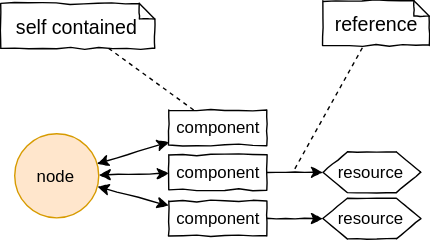
The draw.io diagram Documentation/Design/Component.svg in JirkaDellOro/FUDGE, before a commit. Source tidied: cells renumbered, new cells last; positions are measured from the earlier drawing's top-left corner, leaving out a move shared by most shapes.
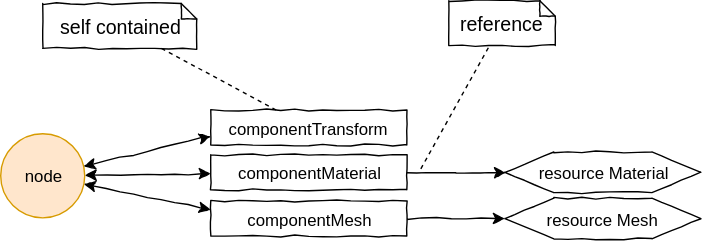
After the change.

Diff of the diagram source:
```diff
@@ -3,22 +3,22 @@
     <mxCell id="0" />
     <mxCell id="1" parent="0" />
     <mxCell id="2" value="node" style="ellipse;whiteSpace=wrap;html=1;rounded=1;shadow=0;strokeWidth=1;comic=1;fillColor=#ffe6cc;strokeColor=#d79b00;" parent="1" vertex="1">
-      <mxGeometry x="10" y="95" width="60" height="60" as="geometry" />
+      <mxGeometry x="-30" y="95" width="60" height="60" as="geometry" />
     </mxCell>
-    <mxCell id="3" style="rounded=0;comic=1;jettySize=auto;html=1;startArrow=classic;startFill=1;" parent="1" edge="1" source="4" target="2">
+    <mxCell id="3" style="rounded=0;comic=1;jettySize=auto;html=1;startArrow=classic;startFill=1;exitX=0;exitY=0.75;exitDx=0;exitDy=0;" parent="1" edge="1" source="4" target="2">
       <mxGeometry relative="1" as="geometry" />
     </mxCell>
-    <mxCell id="4" value="&lt;div style=&quot;text-align: left&quot;&gt;component&lt;/div&gt;" style="rounded=0;whiteSpace=wrap;html=1;comic=1;shadow=0;" parent="1" vertex="1">
-      <mxGeometry x="120" y="78" width="70" height="25" as="geometry" />
+    <mxCell id="4" value="&lt;div style=&quot;text-align: left&quot;&gt;componentTransform&lt;/div&gt;" style="rounded=0;whiteSpace=wrap;html=1;comic=1;shadow=0;" parent="1" vertex="1">
+      <mxGeometry x="120" y="78" width="140" height="25" as="geometry" />
     </mxCell>
     <mxCell id="5" style="edgeStyle=orthogonalEdgeStyle;rounded=0;comic=1;jettySize=auto;html=1;" parent="1" edge="1" source="7" target="12">
       <mxGeometry relative="1" as="geometry" />
     </mxCell>
-    <mxCell id="6" style="edgeStyle=none;rounded=0;comic=1;jettySize=auto;html=1;startArrow=classic;startFill=1;" parent="1" edge="1" source="7" target="2">
+    <mxCell id="6" style="edgeStyle=none;rounded=0;comic=1;jettySize=auto;html=1;startArrow=classic;startFill=1;exitX=0;exitY=0.25;exitDx=0;exitDy=0;" parent="1" edge="1" source="7" target="2">
       <mxGeometry relative="1" as="geometry" />
     </mxCell>
-    <mxCell id="7" value="&lt;div style=&quot;text-align: left&quot;&gt;component&lt;/div&gt;" style="rounded=0;whiteSpace=wrap;html=1;comic=1;shadow=0;" parent="1" vertex="1">
-      <mxGeometry x="120" y="143" width="70" height="25" as="geometry" />
+    <mxCell id="7" value="&lt;div style=&quot;text-align: left&quot;&gt;componentMesh&lt;/div&gt;" style="rounded=0;whiteSpace=wrap;html=1;comic=1;shadow=0;" parent="1" vertex="1">
+      <mxGeometry x="120" y="143" width="140" height="25" as="geometry" />
     </mxCell>
     <mxCell id="8" style="edgeStyle=orthogonalEdgeStyle;rounded=0;comic=1;jettySize=auto;html=1;" parent="1" edge="1" source="10" target="11">
       <mxGeometry relative="1" as="geometry" />
@@ -26,14 +26,14 @@
     <mxCell id="9" style="edgeStyle=none;rounded=0;comic=1;jettySize=auto;html=1;startArrow=classic;startFill=1;" parent="1" edge="1" source="10" target="2">
       <mxGeometry relative="1" as="geometry" />
     </mxCell>
-    <mxCell id="10" value="&lt;div style=&quot;text-align: left&quot;&gt;component&lt;/div&gt;" style="rounded=0;whiteSpace=wrap;html=1;comic=1;shadow=0;" parent="1" vertex="1">
-      <mxGeometry x="120" y="110" width="70" height="25" as="geometry" />
+    <mxCell id="10" value="&lt;div style=&quot;text-align: left&quot;&gt;componentMaterial&lt;/div&gt;" style="rounded=0;whiteSpace=wrap;html=1;comic=1;shadow=0;" parent="1" vertex="1">
+      <mxGeometry x="120" y="110" width="140" height="25" as="geometry" />
     </mxCell>
-    <mxCell id="11" value="resource" style="shape=hexagon;perimeter=hexagonPerimeter2;whiteSpace=wrap;html=1;shadow=0;comic=1;" parent="1" vertex="1">
-      <mxGeometry x="230" y="108" width="70" height="29" as="geometry" />
+    <mxCell id="11" value="resource Material" style="shape=hexagon;perimeter=hexagonPerimeter2;whiteSpace=wrap;html=1;shadow=0;comic=1;" parent="1" vertex="1">
+      <mxGeometry x="330" y="108" width="140" height="29" as="geometry" />
     </mxCell>
-    <mxCell id="12" value="resource" style="shape=hexagon;perimeter=hexagonPerimeter2;whiteSpace=wrap;html=1;shadow=0;comic=1;" parent="1" vertex="1">
-      <mxGeometry x="230" y="141" width="70" height="29" as="geometry" />
+    <mxCell id="12" value="resource Mesh" style="shape=hexagon;perimeter=hexagonPerimeter2;whiteSpace=wrap;html=1;shadow=0;comic=1;" parent="1" vertex="1">
+      <mxGeometry x="330" y="141" width="140" height="29" as="geometry" />
     </mxCell>
     <mxCell id="13" value="self contained" style="shape=note;strokeWidth=1;fontSize=14;size=11;whiteSpace=wrap;html=1;rounded=0;shadow=0;comic=1;fillColor=#FFFFFF;" parent="1" vertex="1">
       <mxGeometry y="2" width="110" height="32" as="geometry" />
@@ -42,11 +42,11 @@
       <mxGeometry relative="1" as="geometry" />
     </mxCell>
     <mxCell id="15" value="reference" style="shape=note;strokeWidth=1;fontSize=14;size=11;whiteSpace=wrap;html=1;rounded=0;shadow=0;comic=1;fillColor=#FFFFFF;" parent="1" vertex="1">
-      <mxGeometry x="230" width="76" height="32" as="geometry" />
+      <mxGeometry x="290" width="76" height="32" as="geometry" />
     </mxCell>
     <mxCell id="16" style="endArrow=none;dashed=1;html=1;" parent="1" edge="1" target="15">
       <mxGeometry relative="1" as="geometry">
-        <mxPoint x="210" y="120" as="sourcePoint" />
+        <mxPoint x="270" y="120" as="sourcePoint" />
       </mxGeometry>
     </mxCell>
   </root>
```
